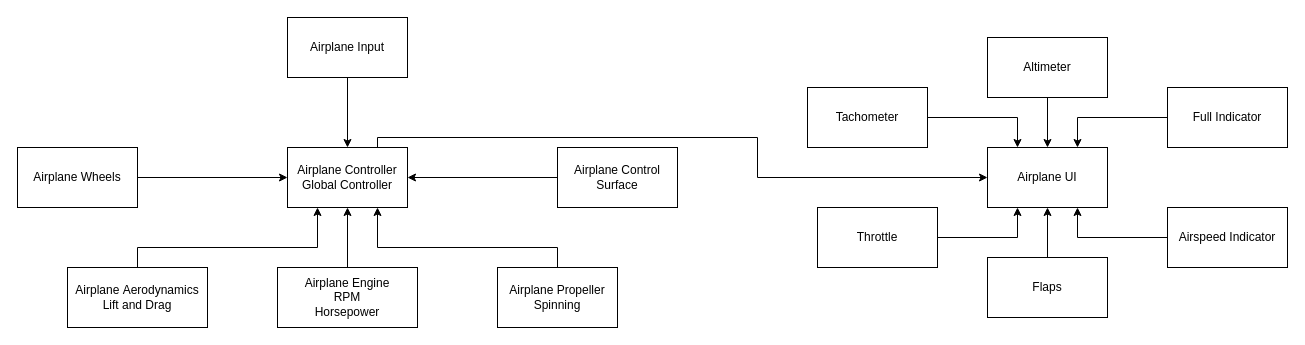
Before: Airplane_Physics_Code_Design.drawio in WagnerDavi/Airplane_Physics_Game, a draw.io diagram. Source tidied: cells renumbered, new cells numbered last; positions are measured from the earlier drawing's top-left corner, leaving out a move shared by most shapes. Both pictures are drawn from the tidied source at 100%, with x=0, y=0 at pixel (17, 17).
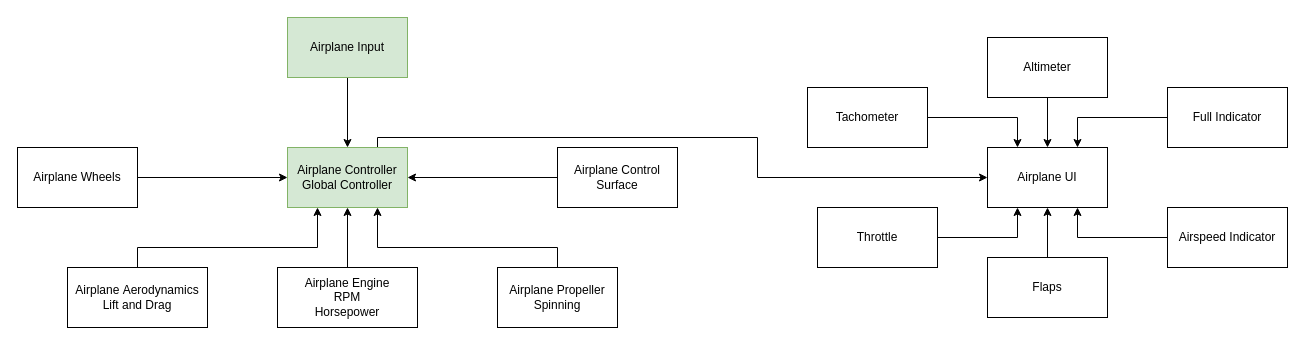
After the change.

The edit, as a diff of the source:
```diff
@@
-    <mxCell id="3" value="Airplane Controller&lt;br&gt;Global Controller" style="rounded=0;whiteSpace=wrap;html=1;" parent="1" vertex="1">
+    <mxCell id="3" value="Airplane Controller&lt;br&gt;Global Controller" style="rounded=0;whiteSpace=wrap;html=1;fillColor=#d5e8d4;strokeColor=#82b366;" parent="1" vertex="1">
       <mxGeometry x="270" y="130" width="120" height="60" as="geometry" />
     </mxCell>
@@
-    <mxCell id="7" value="Airplane Input" style="rounded=0;whiteSpace=wrap;html=1;" parent="1" vertex="1">
+    <mxCell id="7" value="Airplane Input" style="rounded=0;whiteSpace=wrap;html=1;fillColor=#d5e8d4;strokeColor=#82b366;" parent="1" vertex="1">
       <mxGeometry x="270" width="120" height="60" as="geometry" />
     </mxCell>
```
